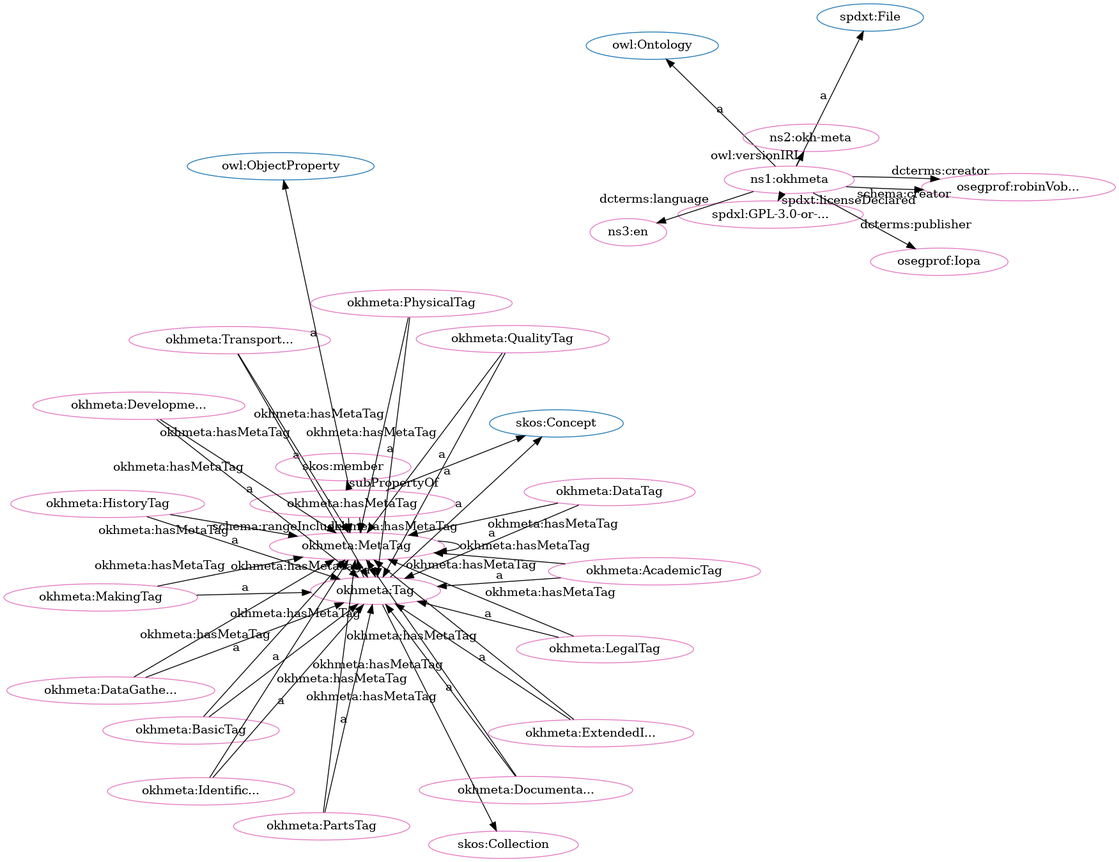
iop-alliance/OpenKnowHow keeps this Graphviz diagram as src/spec/fdp_okh-meta.png. Above is the earlier version. Its source is kept beside it as src/spec/fdp_okh-meta.dot.
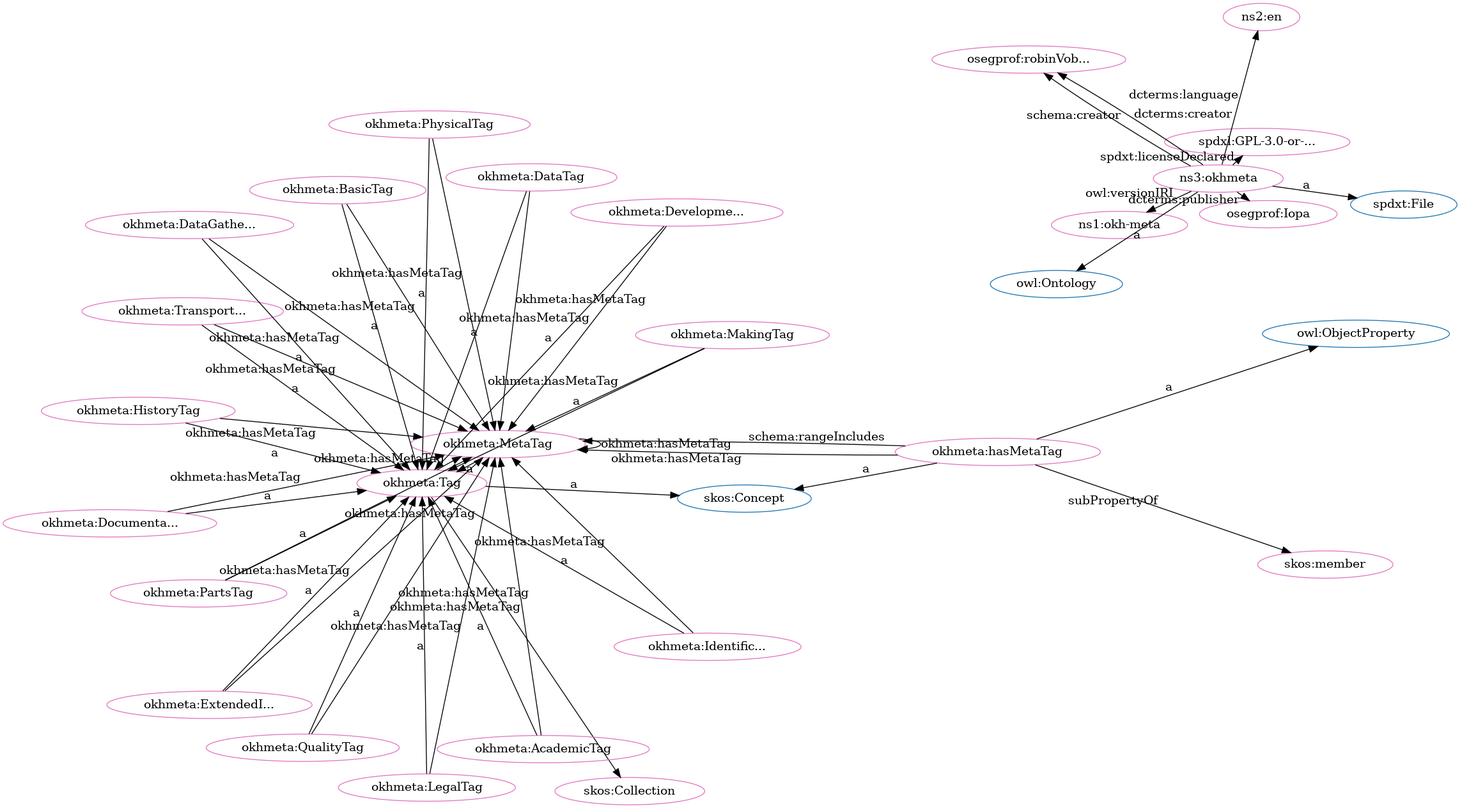
Later version of the same file.

Diff of the diagram source:
```diff
@@ -1,85 +1,85 @@
 digraph G {
   rankdir=BT
   node[height=.3]
+"http://www.w3.org/2004/02/skos/core#Collection" [fillcolor="#1f77b4" color="#1f77b4" label="skos:Collection"]
+"http://www.w3.org/2002/07/owl#Ontology" [fillcolor="#1f77b4" color="#1f77b4" label="owl:Ontology"]
+"https://w3id.org/oseg/ont/okhmeta#MetaTag" [fillcolor="#1f77b4" color="#1f77b4" label="okhmeta:MetaTag"]
+"http://www.w3.org/2004/02/skos/core#Concept" [fillcolor="#1f77b4" color="#1f77b4" label="skos:Concept"]
+"https://w3id.org/oseg/ont/okhmeta#Tag" [fillcolor="#1f77b4" color="#1f77b4" label="okhmeta:Tag"]
 "http://www.w3.org/2002/07/owl#ObjectProperty" [fillcolor="#1f77b4" color="#1f77b4" label="owl:ObjectProperty"]
-"http://www.w3.org/2004/02/skos/core#Collection" [fillcolor="#1f77b4" color="#1f77b4" label="skos:Collection"]
-"http://www.w3.org/2004/02/skos/core#Concept" [fillcolor="#1f77b4" color="#1f77b4" label="skos:Concept"]
-"https://w3id.org/oseg/ont/okhmeta#MetaTag" [fillcolor="#1f77b4" color="#1f77b4" label="okhmeta:MetaTag"]
-"http://www.w3.org/2002/07/owl#Ontology" [fillcolor="#1f77b4" color="#1f77b4" label="owl:Ontology"]
-"https://w3id.org/oseg/ont/okhmeta#Tag" [fillcolor="#1f77b4" color="#1f77b4" label="okhmeta:Tag"]
 "http://spdx.org/rdf/terms#File" [fillcolor="#1f77b4" color="#1f77b4" label="spdxt:File"]
+"http://www.w3.org/2004/02/skos/core#member" [fillcolor="#e377c2" color="#e377c2" label="skos:member"]
+"https://w3id.org/oseg/ont/1.1.0/okh-meta" [fillcolor="#e377c2" color="#e377c2" label="ns1:okh-meta"]
+"https://w3id.org/oseg/ont/okhmeta#QualityTag" [fillcolor="#e377c2" color="#e377c2" label="okhmeta:QualityTag"]
 "https://w3id.org/oseg/ont/okhmeta#MetaTag" [fillcolor="#e377c2" color="#e377c2" label="okhmeta:MetaTag"]
-"https://w3id.org/oseg/ont/okhmeta#QualityTag" [fillcolor="#e377c2" color="#e377c2" label="okhmeta:QualityTag"]
+"https://w3id.org/oseg/ont/okhmeta#AcademicTag" [fillcolor="#e377c2" color="#e377c2" label="okhmeta:AcademicTag"]
+"https://w3id.org/oseg/ont/okhmeta#ExtendedInfoTag" [fillcolor="#e377c2" color="#e377c2" label="okhmeta:ExtendedI..."]
+"https://w3id.org/oseg/ont/okhmeta#Tag" [fillcolor="#e377c2" color="#e377c2" label="okhmeta:Tag"]
+"https://w3id.org/oseg/ont/okhmeta#DocumentationTag" [fillcolor="#e377c2" color="#e377c2" label="okhmeta:Documenta..."]
+"https://w3id.org/oseg/ont/okhmeta#PartsTag" [fillcolor="#e377c2" color="#e377c2" label="okhmeta:PartsTag"]
+"https://w3id.org/oseg/ont/okhmeta#TransportationTag" [fillcolor="#e377c2" color="#e377c2" label="okhmeta:Transport..."]
+"https://w3id.org/oseg/ont/oseg-profiles#robinVobruba" [fillcolor="#e377c2" color="#e377c2" label="osegprof:robinVob..."]
+"http://id.loc.gov/vocabulary/iso639-1/en" [fillcolor="#e377c2" color="#e377c2" label="ns2:en"]
+"https://w3id.org/oseg/ont/okhmeta#hasMetaTag" [fillcolor="#e377c2" color="#e377c2" label="okhmeta:hasMetaTag"]
+"https://w3id.org/oseg/ont/okhmeta#MakingTag" [fillcolor="#e377c2" color="#e377c2" label="okhmeta:MakingTag"]
+"https://w3id.org/oseg/ont/okhmeta#HistoryTag" [fillcolor="#e377c2" color="#e377c2" label="okhmeta:HistoryTag"]
 "http://www.w3.org/2004/02/skos/core#Collection" [fillcolor="#e377c2" color="#e377c2" label="skos:Collection"]
+"https://spdx.org/licenses/GPL-3.0-or-later" [fillcolor="#e377c2" color="#e377c2" label="spdxl:GPL-3.0-or-..."]
+"https://w3id.org/oseg/ont/okhmeta#DevelopmentTag" [fillcolor="#e377c2" color="#e377c2" label="okhmeta:Developme..."]
+"https://w3id.org/oseg/ont/okhmeta#IdentificationTag" [fillcolor="#e377c2" color="#e377c2" label="okhmeta:Identific..."]
+"https://w3id.org/oseg/ont/okhmeta#DataGatheringTag" [fillcolor="#e377c2" color="#e377c2" label="okhmeta:DataGathe..."]
+"https://w3id.org/oseg/ont/okhmeta" [fillcolor="#e377c2" color="#e377c2" label="ns3:okhmeta"]
+"https://w3id.org/oseg/ont/okhmeta#LegalTag" [fillcolor="#e377c2" color="#e377c2" label="okhmeta:LegalTag"]
+"https://w3id.org/oseg/ont/okhmeta#PhysicalTag" [fillcolor="#e377c2" color="#e377c2" label="okhmeta:PhysicalTag"]
+"https://w3id.org/oseg/ont/oseg-profiles#Iopa" [fillcolor="#e377c2" color="#e377c2" label="osegprof:Iopa"]
+"https://w3id.org/oseg/ont/okhmeta#DataTag" [fillcolor="#e377c2" color="#e377c2" label="okhmeta:DataTag"]
 "https://w3id.org/oseg/ont/okhmeta#BasicTag" [fillcolor="#e377c2" color="#e377c2" label="okhmeta:BasicTag"]
-"https://w3id.org/oseg/ont/okhmeta#LegalTag" [fillcolor="#e377c2" color="#e377c2" label="okhmeta:LegalTag"]
-"https://w3id.org/oseg/ont/okhmeta#HistoryTag" [fillcolor="#e377c2" color="#e377c2" label="okhmeta:HistoryTag"]
-"https://spdx.org/licenses/GPL-3.0-or-later" [fillcolor="#e377c2" color="#e377c2" label="spdxl:GPL-3.0-or-..."]
-"https://w3id.org/oseg/ont/okhmeta" [fillcolor="#e377c2" color="#e377c2" label="ns1:okhmeta"]
-"https://w3id.org/oseg/ont/okhmeta#AcademicTag" [fillcolor="#e377c2" color="#e377c2" label="okhmeta:AcademicTag"]
-"https://w3id.org/oseg/ont/okhmeta#MakingTag" [fillcolor="#e377c2" color="#e377c2" label="okhmeta:MakingTag"]
-"https://w3id.org/oseg/ont/okhmeta#TransportationTag" [fillcolor="#e377c2" color="#e377c2" label="okhmeta:Transport..."]
-"https://w3id.org/oseg/ont/okhmeta#ExtendedInfoTag" [fillcolor="#e377c2" color="#e377c2" label="okhmeta:ExtendedI..."]
-"https://w3id.org/oseg/ont/oseg-profiles#robinVobruba" [fillcolor="#e377c2" color="#e377c2" label="osegprof:robinVob..."]
-"http://www.w3.org/2004/02/skos/core#member" [fillcolor="#e377c2" color="#e377c2" label="skos:member"]
-"https://w3id.org/oseg/ont/1.1.0/okh-meta" [fillcolor="#e377c2" color="#e377c2" label="ns2:okh-meta"]
-"https://w3id.org/oseg/ont/okhmeta#DataTag" [fillcolor="#e377c2" color="#e377c2" label="okhmeta:DataTag"]
-"https://w3id.org/oseg/ont/okhmeta#DocumentationTag" [fillcolor="#e377c2" color="#e377c2" label="okhmeta:Documenta..."]
-"http://id.loc.gov/vocabulary/iso639-1/en" [fillcolor="#e377c2" color="#e377c2" label="ns3:en"]
-"https://w3id.org/oseg/ont/okhmeta#DataGatheringTag" [fillcolor="#e377c2" color="#e377c2" label="okhmeta:DataGathe..."]
-"https://w3id.org/oseg/ont/okhmeta#hasMetaTag" [fillcolor="#e377c2" color="#e377c2" label="okhmeta:hasMetaTag"]
-"https://w3id.org/oseg/ont/oseg-profiles#Iopa" [fillcolor="#e377c2" color="#e377c2" label="osegprof:Iopa"]
-"https://w3id.org/oseg/ont/okhmeta#PartsTag" [fillcolor="#e377c2" color="#e377c2" label="okhmeta:PartsTag"]
-"https://w3id.org/oseg/ont/okhmeta#DevelopmentTag" [fillcolor="#e377c2" color="#e377c2" label="okhmeta:Developme..."]
-"https://w3id.org/oseg/ont/okhmeta#PhysicalTag" [fillcolor="#e377c2" color="#e377c2" label="okhmeta:PhysicalTag"]
-"https://w3id.org/oseg/ont/okhmeta#Tag" [fillcolor="#e377c2" color="#e377c2" label="okhmeta:Tag"]
-"https://w3id.org/oseg/ont/okhmeta#IdentificationTag" [fillcolor="#e377c2" color="#e377c2" label="okhmeta:Identific..."]
+  "https://w3id.org/oseg/ont/okhmeta#hasMetaTag" -> "http://www.w3.org/2004/02/skos/core#member" [label="subPropertyOf"]
+  "https://w3id.org/oseg/ont/okhmeta#QualityTag" -> "https://w3id.org/oseg/ont/okhmeta#Tag" [label="a"]
   "https://w3id.org/oseg/ont/okhmeta#hasMetaTag" -> "https://w3id.org/oseg/ont/okhmeta#MetaTag" [label="okhmeta:hasMetaTag"]
-  "https://w3id.org/oseg/ont/okhmeta#DocumentationTag" -> "https://w3id.org/oseg/ont/okhmeta#MetaTag" [label="okhmeta:hasMetaTag"]
+  "https://w3id.org/oseg/ont/okhmeta#AcademicTag" -> "https://w3id.org/oseg/ont/okhmeta#Tag" [label="a"]
+  "https://w3id.org/oseg/ont/okhmeta#ExtendedInfoTag" -> "https://w3id.org/oseg/ont/okhmeta#Tag" [label="a"]
+  "https://w3id.org/oseg/ont/okhmeta#Tag" -> "http://www.w3.org/2004/02/skos/core#Concept" [label="a"]
+  "https://w3id.org/oseg/ont/okhmeta#hasMetaTag" -> "https://w3id.org/oseg/ont/okhmeta#MetaTag" [label="schema:rangeIncludes"]
+  "https://w3id.org/oseg/ont/okhmeta#DocumentationTag" -> "https://w3id.org/oseg/ont/okhmeta#Tag" [label="a"]
+  "https://w3id.org/oseg/ont/okhmeta" -> "https://w3id.org/oseg/ont/oseg-profiles#robinVobruba" [label="schema:creator"]
+  "https://w3id.org/oseg/ont/okhmeta#hasMetaTag" -> "http://www.w3.org/2004/02/skos/core#Concept" [label="a"]
+  "https://w3id.org/oseg/ont/okhmeta#Tag" -> "http://www.w3.org/2004/02/skos/core#Collection" [label=""]
+  "https://w3id.org/oseg/ont/okhmeta#LegalTag" -> "https://w3id.org/oseg/ont/okhmeta#MetaTag" [label="okhmeta:hasMetaTag"]
+  "https://w3id.org/oseg/ont/okhmeta#IdentificationTag" -> "https://w3id.org/oseg/ont/okhmeta#Tag" [label="a"]
+  "https://w3id.org/oseg/ont/okhmeta#DataGatheringTag" -> "https://w3id.org/oseg/ont/okhmeta#Tag" [label="a"]
   "https://w3id.org/oseg/ont/okhmeta#LegalTag" -> "https://w3id.org/oseg/ont/okhmeta#Tag" [label="a"]
+  "https://w3id.org/oseg/ont/okhmeta#BasicTag" -> "https://w3id.org/oseg/ont/okhmeta#MetaTag" [label="okhmeta:hasMetaTag"]
+  "https://w3id.org/oseg/ont/okhmeta#HistoryTag" -> "https://w3id.org/oseg/ont/okhmeta#MetaTag" [label="okhmeta:hasMetaTag"]
+  "https://w3id.org/oseg/ont/okhmeta#BasicTag" -> "https://w3id.org/oseg/ont/okhmeta#Tag" [label="a"]
+  "https://w3id.org/oseg/ont/okhmeta" -> "https://w3id.org/oseg/ont/oseg-profiles#robinVobruba" [label="dcterms:creator"]
+  "https://w3id.org/oseg/ont/okhmeta#hasMetaTag" -> "http://www.w3.org/2002/07/owl#ObjectProperty" [label="a"]
+  "https://w3id.org/oseg/ont/okhmeta" -> "http://spdx.org/rdf/terms#File" [label="a"]
+  "https://w3id.org/oseg/ont/okhmeta" -> "https://w3id.org/oseg/ont/1.1.0/okh-meta" [label="owl:versionIRI"]
   "https://w3id.org/oseg/ont/okhmeta#PartsTag" -> "https://w3id.org/oseg/ont/okhmeta#MetaTag" [label="okhmeta:hasMetaTag"]
-  "https://w3id.org/oseg/ont/okhmeta#HistoryTag" -> "https://w3id.org/oseg/ont/okhmeta#Tag" [label="a"]
-  "https://w3id.org/oseg/ont/okhmeta" -> "https://spdx.org/licenses/GPL-3.0-or-later" [label="spdxt:licenseDeclared"]
-  "https://w3id.org/oseg/ont/okhmeta#IdentificationTag" -> "https://w3id.org/oseg/ont/okhmeta#MetaTag" [label="okhmeta:hasMetaTag"]
-  "https://w3id.org/oseg/ont/okhmeta#MakingTag" -> "https://w3id.org/oseg/ont/okhmeta#Tag" [label="a"]
-  "https://w3id.org/oseg/ont/okhmeta#PhysicalTag" -> "https://w3id.org/oseg/ont/okhmeta#MetaTag" [label="okhmeta:hasMetaTag"]
-  "https://w3id.org/oseg/ont/okhmeta" -> "http://spdx.org/rdf/terms#File" [label="a"]
-  "https://w3id.org/oseg/ont/okhmeta#Tag" -> "https://w3id.org/oseg/ont/okhmeta#MetaTag" [label="okhmeta:hasMetaTag"]
-  "https://w3id.org/oseg/ont/okhmeta" -> "https://w3id.org/oseg/ont/oseg-profiles#robinVobruba" [label="dcterms:creator"]
-  "https://w3id.org/oseg/ont/okhmeta#hasMetaTag" -> "http://www.w3.org/2004/02/skos/core#member" [label="subPropertyOf"]
-  "https://w3id.org/oseg/ont/okhmeta#LegalTag" -> "https://w3id.org/oseg/ont/okhmeta#MetaTag" [label="okhmeta:hasMetaTag"]
-  "https://w3id.org/oseg/ont/okhmeta" -> "https://w3id.org/oseg/ont/1.1.0/okh-meta" [label="owl:versionIRI"]
-  "https://w3id.org/oseg/ont/okhmeta#DocumentationTag" -> "https://w3id.org/oseg/ont/okhmeta#Tag" [label="a"]
-  "https://w3id.org/oseg/ont/okhmeta#DataGatheringTag" -> "https://w3id.org/oseg/ont/okhmeta#Tag" [label="a"]
-  "https://w3id.org/oseg/ont/okhmeta#hasMetaTag" -> "http://www.w3.org/2002/07/owl#ObjectProperty" [label="a"]
-  "https://w3id.org/oseg/ont/okhmeta" -> "https://w3id.org/oseg/ont/oseg-profiles#Iopa" [label="dcterms:publisher"]
-  "https://w3id.org/oseg/ont/okhmeta#TransportationTag" -> "https://w3id.org/oseg/ont/okhmeta#MetaTag" [label="okhmeta:hasMetaTag"]
-  "https://w3id.org/oseg/ont/okhmeta#PartsTag" -> "https://w3id.org/oseg/ont/okhmeta#Tag" [label="a"]
-  "https://w3id.org/oseg/ont/okhmeta#DevelopmentTag" -> "https://w3id.org/oseg/ont/okhmeta#Tag" [label="a"]
-  "https://w3id.org/oseg/ont/okhmeta#PhysicalTag" -> "https://w3id.org/oseg/ont/okhmeta#Tag" [label="a"]
-  "https://w3id.org/oseg/ont/okhmeta#Tag" -> "http://www.w3.org/2004/02/skos/core#Concept" [label="a"]
   "https://w3id.org/oseg/ont/okhmeta#DataGatheringTag" -> "https://w3id.org/oseg/ont/okhmeta#MetaTag" [label="okhmeta:hasMetaTag"]
   "https://w3id.org/oseg/ont/okhmeta#DataTag" -> "https://w3id.org/oseg/ont/okhmeta#MetaTag" [label="okhmeta:hasMetaTag"]
-  "https://w3id.org/oseg/ont/okhmeta#QualityTag" -> "https://w3id.org/oseg/ont/okhmeta#Tag" [label="a"]
+  "https://w3id.org/oseg/ont/okhmeta#PartsTag" -> "https://w3id.org/oseg/ont/okhmeta#Tag" [label="a"]
+  "https://w3id.org/oseg/ont/okhmeta#TransportationTag" -> "https://w3id.org/oseg/ont/okhmeta#Tag" [label="a"]
+  "https://w3id.org/oseg/ont/okhmeta#DevelopmentTag" -> "https://w3id.org/oseg/ont/okhmeta#MetaTag" [label="okhmeta:hasMetaTag"]
+  "https://w3id.org/oseg/ont/okhmeta" -> "http://id.loc.gov/vocabulary/iso639-1/en" [label="dcterms:language"]
+  "https://w3id.org/oseg/ont/okhmeta#MakingTag" -> "https://w3id.org/oseg/ont/okhmeta#Tag" [label="a"]
+  "https://w3id.org/oseg/ont/okhmeta#QualityTag" -> "https://w3id.org/oseg/ont/okhmeta#MetaTag" [label="okhmeta:hasMetaTag"]
+  "https://w3id.org/oseg/ont/okhmeta#HistoryTag" -> "https://w3id.org/oseg/ont/okhmeta#Tag" [label="a"]
+  "https://w3id.org/oseg/ont/okhmeta#IdentificationTag" -> "https://w3id.org/oseg/ont/okhmeta#MetaTag" [label="okhmeta:hasMetaTag"]
+  "https://w3id.org/oseg/ont/okhmeta#AcademicTag" -> "https://w3id.org/oseg/ont/okhmeta#MetaTag" [label="okhmeta:hasMetaTag"]
+  "https://w3id.org/oseg/ont/okhmeta#ExtendedInfoTag" -> "https://w3id.org/oseg/ont/okhmeta#MetaTag" [label="okhmeta:hasMetaTag"]
+  "https://w3id.org/oseg/ont/okhmeta" -> "https://spdx.org/licenses/GPL-3.0-or-later" [label="spdxt:licenseDeclared"]
+  "https://w3id.org/oseg/ont/okhmeta#PhysicalTag" -> "https://w3id.org/oseg/ont/okhmeta#MetaTag" [label="okhmeta:hasMetaTag"]
+  "https://w3id.org/oseg/ont/okhmeta#DevelopmentTag" -> "https://w3id.org/oseg/ont/okhmeta#Tag" [label="a"]
+  "https://w3id.org/oseg/ont/okhmeta#MetaTag" -> "https://w3id.org/oseg/ont/okhmeta#MetaTag" [label="okhmeta:hasMetaTag"]
+  "https://w3id.org/oseg/ont/okhmeta#DocumentationTag" -> "https://w3id.org/oseg/ont/okhmeta#MetaTag" [label="okhmeta:hasMetaTag"]
+  "https://w3id.org/oseg/ont/okhmeta#TransportationTag" -> "https://w3id.org/oseg/ont/okhmeta#MetaTag" [label="okhmeta:hasMetaTag"]
+  "https://w3id.org/oseg/ont/okhmeta" -> "http://www.w3.org/2002/07/owl#Ontology" [label="a"]
+  "https://w3id.org/oseg/ont/okhmeta#PhysicalTag" -> "https://w3id.org/oseg/ont/okhmeta#Tag" [label="a"]
+  "https://w3id.org/oseg/ont/okhmeta" -> "https://w3id.org/oseg/ont/oseg-profiles#Iopa" [label="dcterms:publisher"]
   "https://w3id.org/oseg/ont/okhmeta#MetaTag" -> "https://w3id.org/oseg/ont/okhmeta#Tag" [label="a"]
-  "https://w3id.org/oseg/ont/okhmeta#Tag" -> "http://www.w3.org/2004/02/skos/core#Collection" [label=""]
-  "https://w3id.org/oseg/ont/okhmeta#BasicTag" -> "https://w3id.org/oseg/ont/okhmeta#Tag" [label="a"]
-  "https://w3id.org/oseg/ont/okhmeta#hasMetaTag" -> "https://w3id.org/oseg/ont/okhmeta#MetaTag" [label="schema:rangeIncludes"]
-  "https://w3id.org/oseg/ont/okhmeta#DevelopmentTag" -> "https://w3id.org/oseg/ont/okhmeta#MetaTag" [label="okhmeta:hasMetaTag"]
-  "https://w3id.org/oseg/ont/okhmeta" -> "http://www.w3.org/2002/07/owl#Ontology" [label="a"]
-  "https://w3id.org/oseg/ont/okhmeta#AcademicTag" -> "https://w3id.org/oseg/ont/okhmeta#Tag" [label="a"]
-  "https://w3id.org/oseg/ont/okhmeta#QualityTag" -> "https://w3id.org/oseg/ont/okhmeta#MetaTag" [label="okhmeta:hasMetaTag"]
-  "https://w3id.org/oseg/ont/okhmeta#TransportationTag" -> "https://w3id.org/oseg/ont/okhmeta#Tag" [label="a"]
-  "https://w3id.org/oseg/ont/okhmeta#ExtendedInfoTag" -> "https://w3id.org/oseg/ont/okhmeta#MetaTag" [label="okhmeta:hasMetaTag"]
-  "https://w3id.org/oseg/ont/okhmeta#BasicTag" -> "https://w3id.org/oseg/ont/okhmeta#MetaTag" [label="okhmeta:hasMetaTag"]
-  "https://w3id.org/oseg/ont/okhmeta" -> "https://w3id.org/oseg/ont/oseg-profiles#robinVobruba" [label="schema:creator"]
   "https://w3id.org/oseg/ont/okhmeta#DataTag" -> "https://w3id.org/oseg/ont/okhmeta#Tag" [label="a"]
-  "https://w3id.org/oseg/ont/okhmeta#IdentificationTag" -> "https://w3id.org/oseg/ont/okhmeta#Tag" [label="a"]
-  "https://w3id.org/oseg/ont/okhmeta" -> "http://id.loc.gov/vocabulary/iso639-1/en" [label="dcterms:language"]
-  "https://w3id.org/oseg/ont/okhmeta#AcademicTag" -> "https://w3id.org/oseg/ont/okhmeta#MetaTag" [label="okhmeta:hasMetaTag"]
-  "https://w3id.org/oseg/ont/okhmeta#HistoryTag" -> "https://w3id.org/oseg/ont/okhmeta#MetaTag" [label="okhmeta:hasMetaTag"]
   "https://w3id.org/oseg/ont/okhmeta#MakingTag" -> "https://w3id.org/oseg/ont/okhmeta#MetaTag" [label="okhmeta:hasMetaTag"]
-  "https://w3id.org/oseg/ont/okhmeta#hasMetaTag" -> "http://www.w3.org/2004/02/skos/core#Concept" [label="a"]
-  "https://w3id.org/oseg/ont/okhmeta#MetaTag" -> "https://w3id.org/oseg/ont/okhmeta#MetaTag" [label="okhmeta:hasMetaTag"]
-  "https://w3id.org/oseg/ont/okhmeta#ExtendedInfoTag" -> "https://w3id.org/oseg/ont/okhmeta#Tag" [label="a"]
+  "https://w3id.org/oseg/ont/okhmeta#Tag" -> "https://w3id.org/oseg/ont/okhmeta#MetaTag" [label="okhmeta:hasMetaTag"]
 }
```
